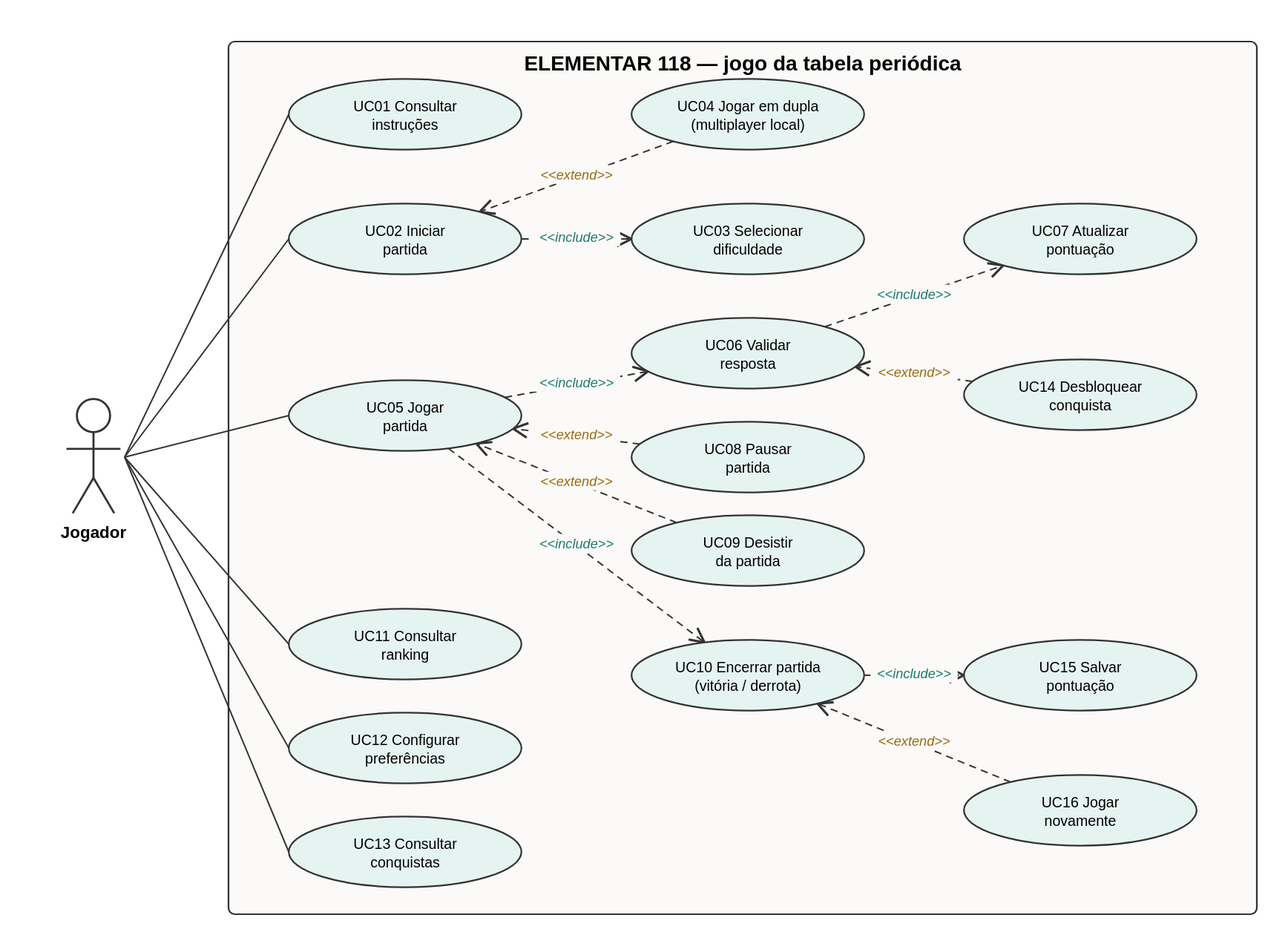
Lonkosw/elementar-118 keeps this PlantUML diagram as docs/casos-de-uso.svg. Above is the earlier version. Its source is kept beside it as docs/casos-de-uso.puml. Its diagram source:
```plantuml
@startuml
left to right direction
skinparam usecase { BackgroundColor #e6f4f1 }
actor Jogador

rectangle "ELEMENTAR 118 — jogo da tabela periódica" {
  usecase "UC01 Consultar instruções" as UC01
  usecase "UC02 Iniciar partida" as UC02
  usecase "UC03 Selecionar dificuldade" as UC03
  usecase "UC04 Jogar em dupla\n(multiplayer local)" as UC04
  usecase "UC05 Jogar partida" as UC05
  usecase "UC06 Validar resposta" as UC06
  usecase "UC07 Atualizar pontuação" as UC07
  usecase "UC08 Pausar partida" as UC08
  usecase "UC09 Desistir da partida" as UC09
  usecase "UC10 Encerrar partida\n(vitória / derrota)" as UC10
  usecase "UC11 Consultar ranking" as UC11
  usecase "UC12 Configurar preferências" as UC12
  usecase "UC13 Consultar conquistas" as UC13
  usecase "UC14 Desbloquear conquista" as UC14
  usecase "UC15 Salvar pontuação" as UC15
  usecase "UC16 Jogar novamente" as UC16
}

Jogador -- UC01
Jogador -- UC02
Jogador -- UC05
Jogador -- UC11
Jogador -- UC12
Jogador -- UC13

UC02 ..> UC03 : <<include>>
UC04 ..> UC02 : <<extend>>
UC05 ..> UC06 : <<include>>
UC06 ..> UC07 : <<include>>
UC14 ..> UC06 : <<extend>>
UC08 ..> UC05 : <<extend>>
UC09 ..> UC05 : <<extend>>
UC05 ..> UC10 : <<include>>
UC10 ..> UC15 : <<include>>
UC16 ..> UC10 : <<extend>>
@enduml
```
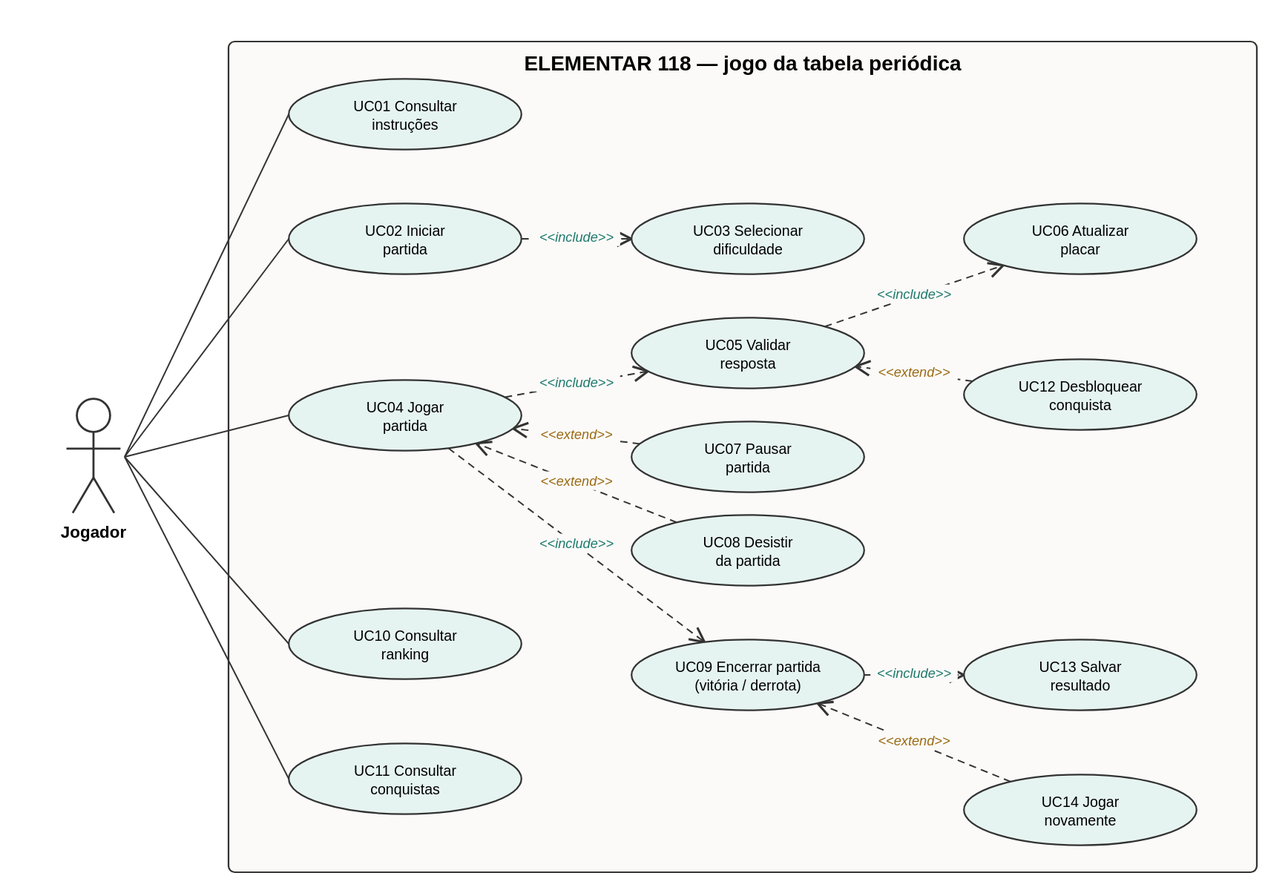
Above is the later version.

What changed in the source:
```diff
@@ -7,36 +7,32 @@
   usecase "UC01 Consultar instruções" as UC01
   usecase "UC02 Iniciar partida" as UC02
   usecase "UC03 Selecionar dificuldade" as UC03
-  usecase "UC04 Jogar em dupla\n(multiplayer local)" as UC04
-  usecase "UC05 Jogar partida" as UC05
-  usecase "UC06 Validar resposta" as UC06
-  usecase "UC07 Atualizar pontuação" as UC07
-  usecase "UC08 Pausar partida" as UC08
-  usecase "UC09 Desistir da partida" as UC09
-  usecase "UC10 Encerrar partida\n(vitória / derrota)" as UC10
-  usecase "UC11 Consultar ranking" as UC11
-  usecase "UC12 Configurar preferências" as UC12
-  usecase "UC13 Consultar conquistas" as UC13
-  usecase "UC14 Desbloquear conquista" as UC14
-  usecase "UC15 Salvar pontuação" as UC15
-  usecase "UC16 Jogar novamente" as UC16
+  usecase "UC04 Jogar partida" as UC04
+  usecase "UC05 Validar resposta" as UC05
+  usecase "UC06 Atualizar placar" as UC06
+  usecase "UC07 Pausar partida" as UC07
+  usecase "UC08 Desistir da partida" as UC08
+  usecase "UC09 Encerrar partida\n(vitória / derrota)" as UC09
+  usecase "UC10 Consultar ranking" as UC10
+  usecase "UC11 Consultar conquistas" as UC11
+  usecase "UC12 Desbloquear conquista" as UC12
+  usecase "UC13 Salvar resultado" as UC13
+  usecase "UC14 Jogar novamente" as UC14
 }
 
 Jogador -- UC01
 Jogador -- UC02
-Jogador -- UC05
+Jogador -- UC04
+Jogador -- UC10
 Jogador -- UC11
-Jogador -- UC12
-Jogador -- UC13
 
 UC02 ..> UC03 : <<include>>
-UC04 ..> UC02 : <<extend>>
+UC04 ..> UC05 : <<include>>
 UC05 ..> UC06 : <<include>>
-UC06 ..> UC07 : <<include>>
-UC14 ..> UC06 : <<extend>>
-UC08 ..> UC05 : <<extend>>
-UC09 ..> UC05 : <<extend>>
-UC05 ..> UC10 : <<include>>
-UC10 ..> UC15 : <<include>>
-UC16 ..> UC10 : <<extend>>
+UC04 ..> UC09 : <<include>>
+UC09 ..> UC13 : <<include>>
+UC07 ..> UC04 : <<extend>>
+UC08 ..> UC04 : <<extend>>
+UC12 ..> UC05 : <<extend>>
+UC14 ..> UC09 : <<extend>>
 @enduml
```
